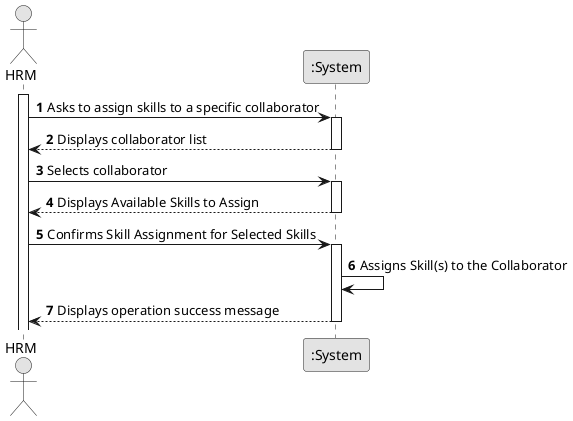
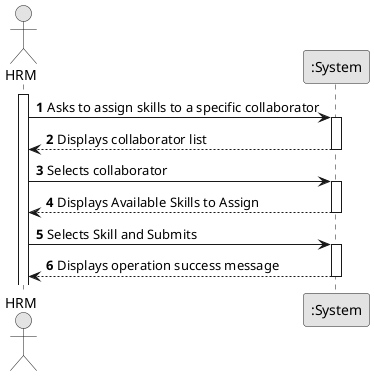
@startuml
skinparam monochrome true
skinparam packageStyle rectangle
skinparam shadowing false

autonumber

actor "HRM" as HRManager
participant ":System" as System

activate HRManager

HRManager -> System : Asks to assign skills to a specific collaborator
activate System

System --> HRManager :  Displays collaborator list
deactivate System

HRManager -> System : Selects collaborator
activate System

System --> HRManager : Displays Available Skills to Assign
deactivate System

- HRManager -> System : Confirms Skill Assignment for Selected Skills
+ HRManager -> System : Selects Skill and Submits
activate System

- System -> System : Assigns Skill(s) to the Collaborator
System --> HRManager : Displays operation success message

deactivate System
@enduml
